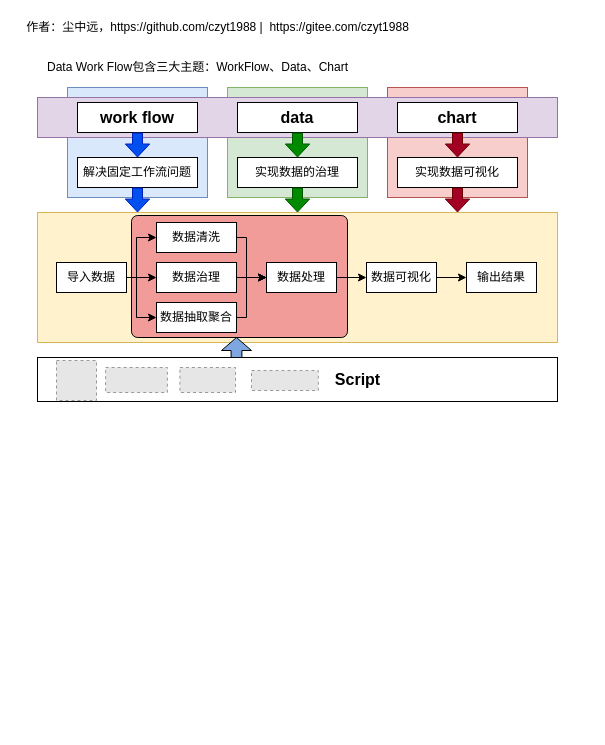
Above: doc/zh/drawio/about-data-work-flow.drawio in czyt1988/data-workbench (draw.io), before the change. Source tidied: cells renumbered, new cells numbered last; positions are measured from the earlier drawing's top-left corner, leaving out a move shared by most shapes. Both pictures are drawn from the tidied source at 100%, with x=0, y=0 at pixel (17, 17). Pictures stored in the file or linked from it are replaced by grey dashed boxes.
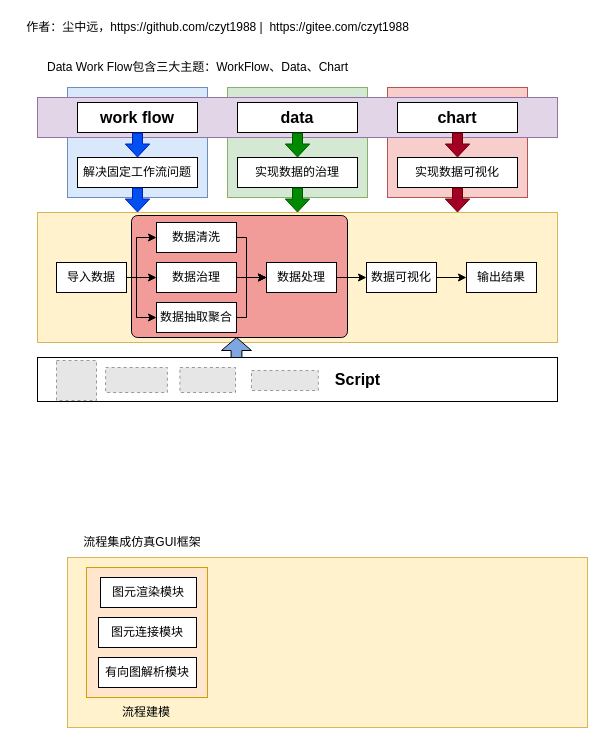
Above is the later version.

The edit, as a diff of the source:
```diff
@@
+    <mxCell id="45" style="rounded=0;whiteSpace=wrap;html=1;fillColor=#fff2cc;strokeColor=#d6b656;" parent="1" vertex="1">
+      <mxGeometry x="50" y="540" width="520" height="170" as="geometry" />
+    </mxCell>
+    <mxCell id="46" value="流程集成仿真GUI框架" style="text;html=1;strokeColor=none;fillColor=none;align=center;verticalAlign=middle;whiteSpace=wrap;rounded=0;" parent="1" vertex="1">
+      <mxGeometry x="50" y="510" width="150" height="30" as="geometry" />
+    </mxCell>
+    <mxCell id="47" style="rounded=0;whiteSpace=wrap;html=1;fillColor=#ffe6cc;strokeColor=#d79b00;" parent="1" vertex="1">
+      <mxGeometry x="69" y="550" width="121" height="130" as="geometry" />
+    </mxCell>
+    <mxCell id="48" value="图元渲染模块" style="rounded=0;whiteSpace=wrap;html=1;" parent="1" vertex="1">
+      <mxGeometry x="83" y="560" width="96" height="30" as="geometry" />
+    </mxCell>
+    <mxCell id="49" value="图元连接模块" style="rounded=0;whiteSpace=wrap;html=1;" parent="1" vertex="1">
+      <mxGeometry x="81" y="600" width="98" height="30" as="geometry" />
+    </mxCell>
+    <mxCell id="50" value="有向图解析模块" style="rounded=0;whiteSpace=wrap;html=1;" parent="1" vertex="1">
+      <mxGeometry x="81" y="640" width="98" height="30" as="geometry" />
+    </mxCell>
+    <mxCell id="51" value="流程建模" style="text;html=1;strokeColor=none;fillColor=none;align=center;verticalAlign=middle;whiteSpace=wrap;rounded=0;" parent="1" vertex="1">
+      <mxGeometry x="54" y="680" width="150" height="30" as="geometry" />
+    </mxCell>
```
